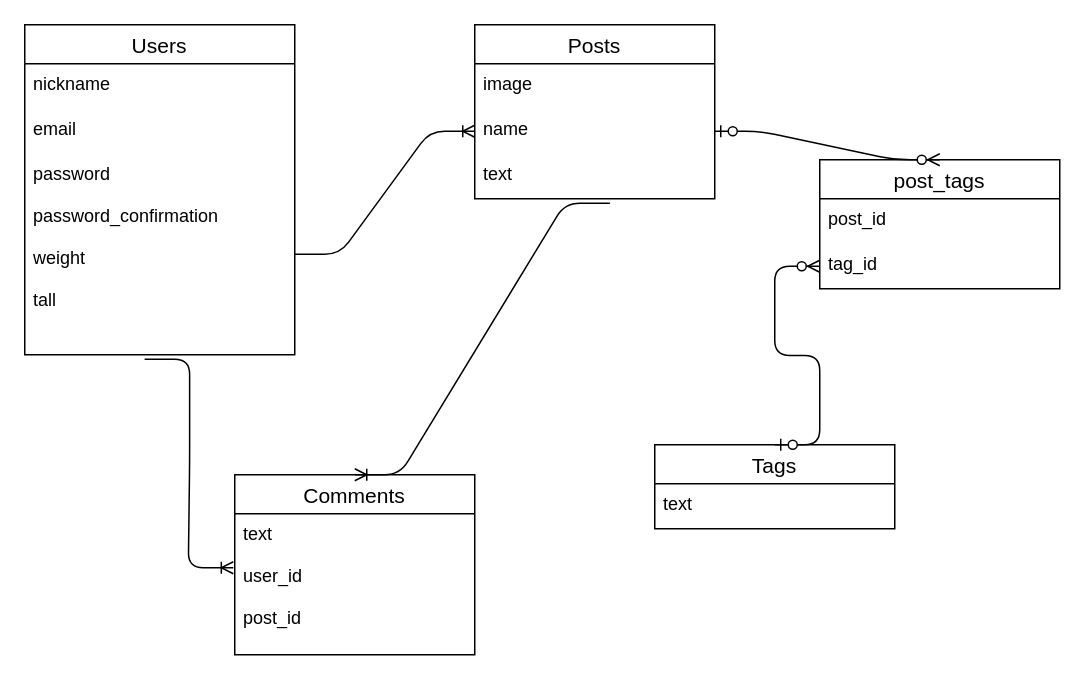
Earlier version of the draw.io diagram ER.dio (koujirou23/diet-app). Source tidied: cells renumbered, new cells numbered last; positions are measured from the earlier drawing's top-left corner, leaving out a move shared by most shapes. Both pictures are drawn from the tidied source at 150%, with x=0, y=0 at pixel (24, 24).
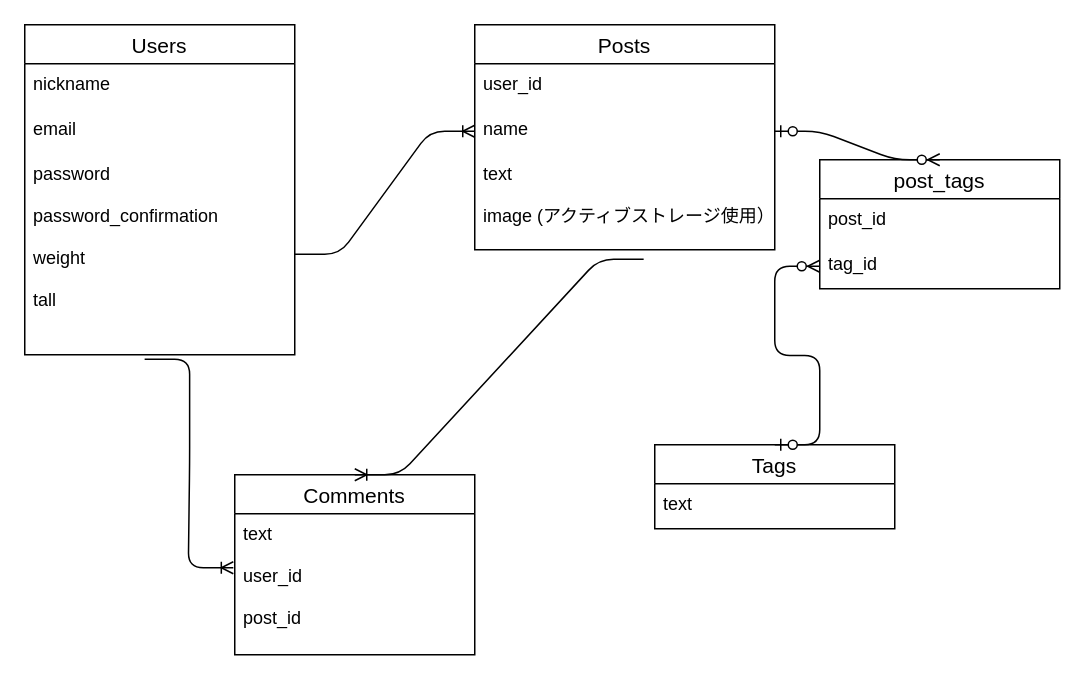
Above is the later version.

Commit message (it also covers changes not shown here):
ReadMe設計　ER図編集

Diff of the diagram source:
```diff
@@
     <mxCell id="6" value="Posts" style="swimlane;fontStyle=0;horizontal=1;startSize=26;align=center;fontSize=14;" parent="1" vertex="1">
-      <mxGeometry x="300" width="160" height="116" as="geometry" />
+      <mxGeometry x="300" width="200" height="150" as="geometry" />
     </mxCell>
-    <mxCell id="7" value="image" style="text;strokeColor=none;fillColor=none;spacingLeft=4;spacingRight=4;overflow=hidden;fontSize=12;" parent="6" vertex="1">
-      <mxGeometry y="26" width="160" height="30" as="geometry" />
+    <mxCell id="7" value="user_id" style="text;strokeColor=none;fillColor=none;spacingLeft=4;spacingRight=4;overflow=hidden;fontSize=12;" parent="6" vertex="1">
+      <mxGeometry y="26" width="200" height="30" as="geometry" />
     </mxCell>
     <mxCell id="8" value="name" style="text;strokeColor=none;fillColor=none;spacingLeft=4;spacingRight=4;overflow=hidden;points=[[0,0.5],[1,0.5]];portConstraint=eastwest;fontSize=12;" parent="6" vertex="1">
-      <mxGeometry y="56" width="160" height="30" as="geometry" />
+      <mxGeometry y="56" width="200" height="30" as="geometry" />
     </mxCell>
-    <mxCell id="9" value="text" style="text;strokeColor=none;fillColor=none;spacingLeft=4;spacingRight=4;overflow=hidden;points=[[0,0.5],[1,0.5]];portConstraint=eastwest;fontSize=12;" parent="6" vertex="1">
-      <mxGeometry y="86" width="160" height="30" as="geometry" />
+    <mxCell id="9" value="text&#10;&#10;image (アクティブストレージ使用）" style="text;strokeColor=none;fillColor=none;spacingLeft=4;spacingRight=4;overflow=hidden;points=[[0,0.5],[1,0.5]];portConstraint=eastwest;fontSize=12;" parent="6" vertex="1">
+      <mxGeometry y="86" width="200" height="64" as="geometry" />
     </mxCell>
```
